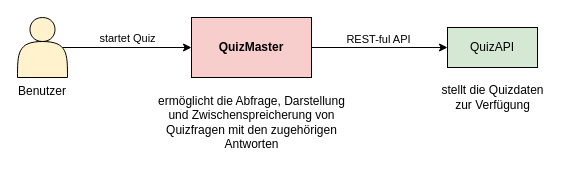
FranziskaGreiner/QuizMaster keeps this draw.io diagram as diagrams/SystemContextDiagram.drawio. Above is the earlier version. Source tidied: cells renumbered, new cells numbered last; positions are measured from the earlier drawing's top-left corner, leaving out a move shared by most shapes. Both pictures are drawn from the tidied source at 100%, with x=0, y=0 at pixel (17, 17).
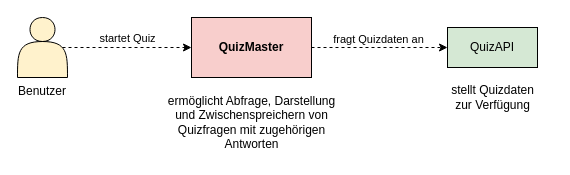
The same diagram, later.

Diff of the diagram source:
```diff
@@
 <mxGraphModel>
   <root>
     <mxCell id="0" />
     <mxCell id="1" parent="0" />
-    <mxCell id="2" style="edgeStyle=orthogonalEdgeStyle;rounded=0;jettySize=auto;html=1;exitX=1;exitY=0.5;exitDx=0;exitDy=0;entryX=0;entryY=0.5;entryDx=0;entryDy=0;fontColor=#000000;strokeColor=#000000;" parent="1" edge="1" source="4" target="5">
+    <mxCell id="2" style="edgeStyle=orthogonalEdgeStyle;rounded=0;jettySize=auto;html=1;exitX=1;exitY=0.5;exitDx=0;exitDy=0;entryX=0;entryY=0.5;entryDx=0;entryDy=0;fontColor=#000000;strokeColor=#000000;dashed=1;" parent="1" edge="1" source="4" target="5">
       <mxGeometry relative="1" as="geometry" />
     </mxCell>
-    <mxCell id="3" value="REST-ful API" style="edgeLabel;html=1;align=center;verticalAlign=bottom;fontColor=#000000;labelPosition=center;verticalLabelPosition=top;" parent="2" vertex="1">
+    <mxCell id="3" value="fragt Quizdaten an" style="edgeLabel;html=1;align=center;verticalAlign=bottom;fontColor=#000000;labelPosition=center;verticalLabelPosition=top;" parent="2" vertex="1">
       <mxGeometry x="-0.19" y="-4" relative="1" as="geometry">
         <mxPoint x="11" y="-4" as="offset" />
       </mxGeometry>
     </mxCell>
     <mxCell id="4" value="QuizMaster" style="rounded=0;whiteSpace=wrap;html=1;fontStyle=1;fillColor=#f8cecc;strokeColor=#000000;" parent="1" vertex="1">
       <mxGeometry x="174" width="120" height="60" as="geometry" />
     </mxCell>
     <mxCell id="5" value="QuizAPI" style="rounded=0;whiteSpace=wrap;html=1;fillColor=#d5e8d4;strokeColor=#000000;" parent="1" vertex="1">
       <mxGeometry x="430" y="10" width="90" height="40" as="geometry" />
     </mxCell>
-    <mxCell id="6" value="startet Quiz" style="edgeStyle=orthogonalEdgeStyle;rounded=0;jettySize=auto;html=1;exitX=0.9;exitY=0.5;exitDx=0;exitDy=0;exitPerimeter=0;entryX=0;entryY=0.5;entryDx=0;entryDy=0;fontColor=#000000;strokeColor=#000000;labelPosition=center;verticalLabelPosition=top;align=center;verticalAlign=bottom;" parent="1" edge="1" source="7" target="4">
+    <mxCell id="6" value="startet Quiz" style="edgeStyle=orthogonalEdgeStyle;rounded=0;jettySize=auto;html=1;exitX=0.9;exitY=0.5;exitDx=0;exitDy=0;exitPerimeter=0;entryX=0;entryY=0.5;entryDx=0;entryDy=0;fontColor=#000000;strokeColor=#000000;labelPosition=center;verticalLabelPosition=top;align=center;verticalAlign=bottom;dashed=1;" parent="1" edge="1" source="7" target="4">
       <mxGeometry relative="1" as="geometry" />
     </mxCell>
     <mxCell id="7" value="Benutzer" style="shape=actor;whiteSpace=wrap;html=1;labelPosition=center;verticalLabelPosition=bottom;align=center;verticalAlign=top;fillColor=#fff2cc;strokeColor=#000000;" parent="1" vertex="1">
       <mxGeometry width="50" height="60" as="geometry" />
     </mxCell>
-    <mxCell id="8" value="&lt;div&gt;ermöglicht die Abfrage, Darstellung&lt;/div&gt;&lt;div&gt;und Zwischenspreicherung von&lt;/div&gt;&lt;div&gt;Quizfragen mit den zugehörigen&lt;/div&gt;&lt;div&gt;Antworten &lt;/div&gt;" style="text;html=1;align=center;verticalAlign=middle;strokeColor=none;fillColor=none;fontColor=#000000;" parent="1" vertex="1">
-      <mxGeometry x="129" y="70" width="210" height="70" as="geometry" />
+    <mxCell id="8" value="&lt;div&gt;ermöglicht Abfrage, Darstellung&lt;/div&gt;&lt;div&gt;und Zwischenspreichern von&lt;/div&gt;&lt;div&gt;Quizfragen mit zugehörigen&lt;/div&gt;&lt;div&gt;Antworten &lt;/div&gt;" style="text;html=1;align=center;verticalAlign=middle;strokeColor=none;fillColor=none;fontColor=#000000;" parent="1" vertex="1">
+      <mxGeometry x="139" y="70" width="190" height="70" as="geometry" />
     </mxCell>
-    <mxCell id="9" value="&lt;div&gt;stellt die Quizdaten&lt;/div&gt;&lt;div&gt;zur Verfügung&lt;/div&gt;" style="text;html=1;align=center;verticalAlign=middle;strokeColor=none;fillColor=none;fontColor=#000000;" parent="1" vertex="1">
-      <mxGeometry x="415" y="60" width="120" height="40" as="geometry" />
+    <mxCell id="9" value="&lt;div&gt;stellt Quizdaten&lt;/div&gt;&lt;div&gt;zur Verfügung&lt;/div&gt;" style="text;html=1;align=center;verticalAlign=middle;strokeColor=none;fillColor=none;fontColor=#000000;" parent="1" vertex="1">
+      <mxGeometry x="420" y="60" width="110" height="40" as="geometry" />
     </mxCell>
   </root>
 </mxGraphModel>
```
